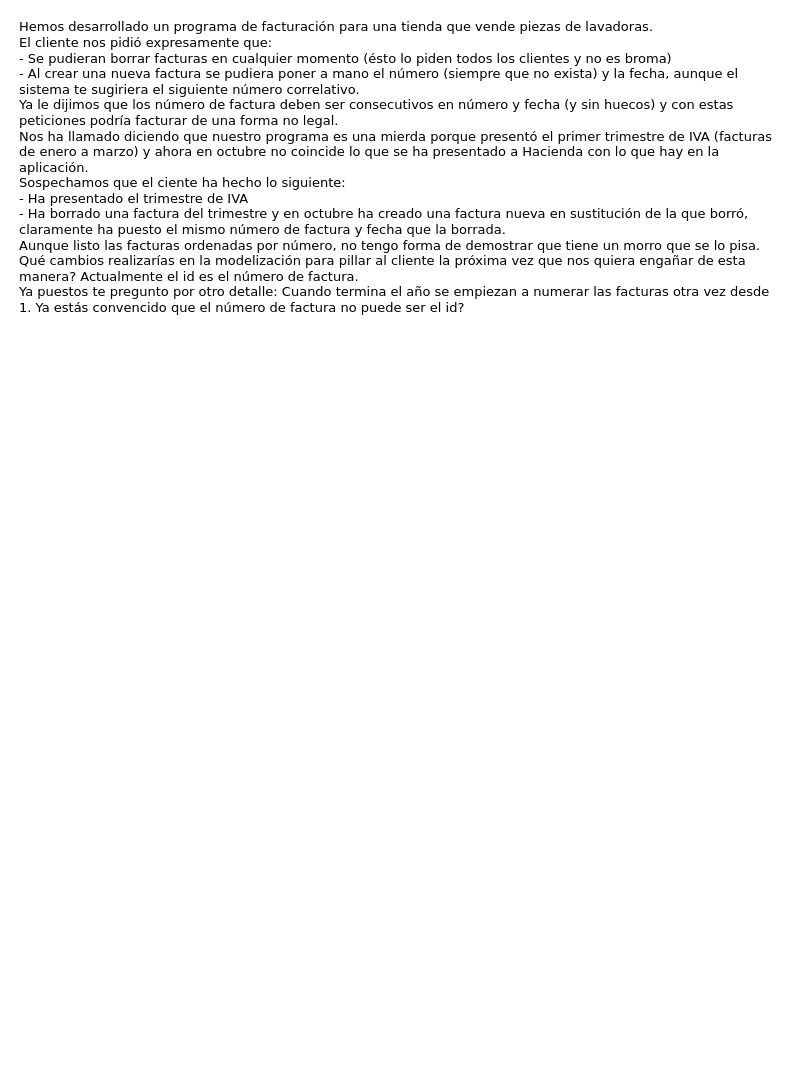
The draw.io diagram drawio/Ejer7.drawio in DiEgOfercri/Modelos-BBDD, before the edit. Source tidied: cells renumbered, new cells numbered last; positions are measured from the earlier drawing's top-left corner, leaving out a move shared by most shapes. Both pictures are drawn from the tidied source at 100%, with x=0, y=0 at pixel (17, 17).
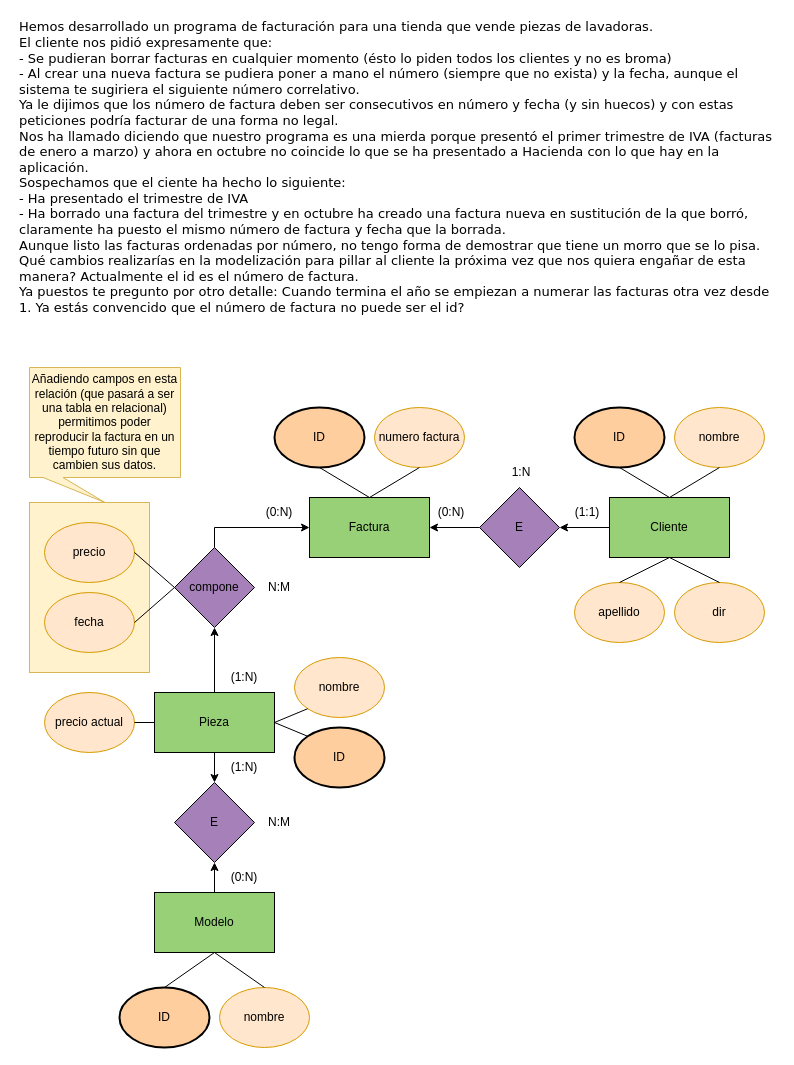
After the change.

Change to the diagram source:
```diff
@@
+    <mxCell id="3" style="rounded=0;whiteSpace=wrap;html=1;fillColor=#fff2cc;strokeColor=#d6b656;" parent="1" vertex="1">
+      <mxGeometry x="12" y="485" width="120" height="170" as="geometry" />
+    </mxCell>
@@
+    <mxCell id="4" value="Factura" style="rounded=0;whiteSpace=wrap;html=1;fillColor=#97D077;" parent="1" vertex="1">
+      <mxGeometry x="292" y="480" width="120" height="60" as="geometry" />
+    </mxCell>
+    <mxCell id="5" style="edgeStyle=orthogonalEdgeStyle;rounded=0;jettySize=auto;html=1;exitX=0;exitY=0.5;exitDx=0;exitDy=0;entryX=1;entryY=0.5;entryDx=0;entryDy=0;" parent="1" edge="1" source="6" target="15">
+      <mxGeometry relative="1" as="geometry" />
+    </mxCell>
+    <mxCell id="6" value="Cliente" style="rounded=0;whiteSpace=wrap;html=1;fillColor=#97D077;" parent="1" vertex="1">
+      <mxGeometry x="592" y="480" width="120" height="60" as="geometry" />
+    </mxCell>
+    <mxCell id="7" style="edgeStyle=orthogonalEdgeStyle;rounded=0;jettySize=auto;html=1;exitX=0.5;exitY=0;exitDx=0;exitDy=0;entryX=0.5;entryY=1;entryDx=0;entryDy=0;" parent="1" edge="1" source="9" target="13">
+      <mxGeometry relative="1" as="geometry" />
+    </mxCell>
+    <mxCell id="8" style="edgeStyle=orthogonalEdgeStyle;rounded=0;jettySize=auto;html=1;exitX=0.5;exitY=1;exitDx=0;exitDy=0;entryX=0.5;entryY=0;entryDx=0;entryDy=0;" parent="1" edge="1" source="9" target="16">
+      <mxGeometry relative="1" as="geometry" />
+    </mxCell>
+    <mxCell id="9" value="Pieza" style="rounded=0;whiteSpace=wrap;html=1;fillColor=#97D077;" parent="1" vertex="1">
+      <mxGeometry x="137" y="675" width="120" height="60" as="geometry" />
+    </mxCell>
+    <mxCell id="10" style="edgeStyle=orthogonalEdgeStyle;rounded=0;jettySize=auto;html=1;exitX=0.5;exitY=0;exitDx=0;exitDy=0;entryX=0.5;entryY=1;entryDx=0;entryDy=0;" parent="1" edge="1" source="11" target="16">
+      <mxGeometry relative="1" as="geometry" />
+    </mxCell>
+    <mxCell id="11" value="Modelo" style="rounded=0;whiteSpace=wrap;html=1;fillColor=#97D077;" parent="1" vertex="1">
+      <mxGeometry x="137" y="875" width="120" height="60" as="geometry" />
+    </mxCell>
+    <mxCell id="12" style="edgeStyle=orthogonalEdgeStyle;rounded=0;jettySize=auto;html=1;exitX=0.5;exitY=0;exitDx=0;exitDy=0;entryX=0;entryY=0.5;entryDx=0;entryDy=0;" parent="1" edge="1" source="13" target="4">
+      <mxGeometry relative="1" as="geometry" />
+    </mxCell>
+    <mxCell id="13" value="compone" style="rhombus;whiteSpace=wrap;html=1;fillColor=#A680B8;" parent="1" vertex="1">
+      <mxGeometry x="157" y="530" width="80" height="80" as="geometry" />
+    </mxCell>
+    <mxCell id="14" style="edgeStyle=orthogonalEdgeStyle;rounded=0;jettySize=auto;html=1;exitX=0;exitY=0.5;exitDx=0;exitDy=0;entryX=1;entryY=0.5;entryDx=0;entryDy=0;" parent="1" edge="1" source="15" target="4">
+      <mxGeometry relative="1" as="geometry" />
+    </mxCell>
+    <mxCell id="15" value="E" style="rhombus;whiteSpace=wrap;html=1;fillColor=#A680B8;" parent="1" vertex="1">
+      <mxGeometry x="462" y="470" width="80" height="80" as="geometry" />
+    </mxCell>
+    <mxCell id="16" value="E" style="rhombus;whiteSpace=wrap;html=1;fillColor=#A680B8;" parent="1" vertex="1">
+      <mxGeometry x="157" y="765" width="80" height="80" as="geometry" />
+    </mxCell>
+    <mxCell id="17" value="ID" style="ellipse;whiteSpace=wrap;html=1;strokeWidth=2;fillColor=#FFCE9F;" parent="1" vertex="1">
+      <mxGeometry x="277" y="710" width="90" height="60" as="geometry" />
+    </mxCell>
+    <mxCell id="18" value="nombre" style="ellipse;whiteSpace=wrap;html=1;fillColor=#ffe6cc;strokeColor=#d79b00;" parent="1" vertex="1">
+      <mxGeometry x="277" y="640" width="90" height="60" as="geometry" />
+    </mxCell>
+    <mxCell id="19" value="ID" style="ellipse;whiteSpace=wrap;html=1;strokeWidth=2;fillColor=#FFCE9F;" parent="1" vertex="1">
+      <mxGeometry x="102" y="970" width="90" height="60" as="geometry" />
+    </mxCell>
+    <mxCell id="20" value="nombre" style="ellipse;whiteSpace=wrap;html=1;fillColor=#ffe6cc;strokeColor=#d79b00;" parent="1" vertex="1">
+      <mxGeometry x="202" y="970" width="90" height="60" as="geometry" />
+    </mxCell>
+    <mxCell id="21" value="ID" style="ellipse;whiteSpace=wrap;html=1;strokeWidth=2;fillColor=#FFCE9F;" parent="1" vertex="1">
+      <mxGeometry x="257" y="390" width="90" height="60" as="geometry" />
+    </mxCell>
+    <mxCell id="22" value="numero factura" style="ellipse;whiteSpace=wrap;html=1;fillColor=#ffe6cc;strokeColor=#d79b00;" parent="1" vertex="1">
+      <mxGeometry x="357" y="390" width="90" height="60" as="geometry" />
+    </mxCell>
+    <mxCell id="23" value="fecha" style="ellipse;whiteSpace=wrap;html=1;fillColor=#ffe6cc;strokeColor=#d79b00;" parent="1" vertex="1">
+      <mxGeometry x="27" y="575" width="90" height="60" as="geometry" />
+    </mxCell>
+    <mxCell id="24" value="ID" style="ellipse;whiteSpace=wrap;html=1;strokeWidth=2;fillColor=#FFCE9F;" parent="1" vertex="1">
+      <mxGeometry x="557" y="390" width="90" height="60" as="geometry" />
+    </mxCell>
+    <mxCell id="25" value="nombre" style="ellipse;whiteSpace=wrap;html=1;fillColor=#ffe6cc;strokeColor=#d79b00;" parent="1" vertex="1">
+      <mxGeometry x="657" y="390" width="90" height="60" as="geometry" />
+    </mxCell>
+    <mxCell id="26" value="apellido" style="ellipse;whiteSpace=wrap;html=1;fillColor=#ffe6cc;strokeColor=#d79b00;" parent="1" vertex="1">
+      <mxGeometry x="557" y="565" width="90" height="60" as="geometry" />
+    </mxCell>
+    <mxCell id="27" value="dir" style="ellipse;whiteSpace=wrap;html=1;fillColor=#ffe6cc;strokeColor=#d79b00;" parent="1" vertex="1">
+      <mxGeometry x="657" y="565" width="90" height="60" as="geometry" />
+    </mxCell>
+    <mxCell id="28" value="(0:N)" style="text;html=1;strokeColor=none;fillColor=none;align=center;verticalAlign=middle;whiteSpace=wrap;rounded=0;" parent="1" vertex="1">
+      <mxGeometry x="197" y="845" width="60" height="30" as="geometry" />
+    </mxCell>
+    <mxCell id="29" value="(1:N)" style="text;html=1;strokeColor=none;fillColor=none;align=center;verticalAlign=middle;whiteSpace=wrap;rounded=0;" parent="1" vertex="1">
+      <mxGeometry x="197" y="735" width="60" height="30" as="geometry" />
+    </mxCell>
+    <mxCell id="30" value="N:M" style="text;html=1;strokeColor=none;fillColor=none;align=center;verticalAlign=middle;whiteSpace=wrap;rounded=0;" parent="1" vertex="1">
+      <mxGeometry x="232" y="790" width="60" height="30" as="geometry" />
+    </mxCell>
+    <mxCell id="31" value="(1:1)" style="text;html=1;strokeColor=none;fillColor=none;align=center;verticalAlign=middle;whiteSpace=wrap;rounded=0;" parent="1" vertex="1">
+      <mxGeometry x="540" y="480" width="60" height="30" as="geometry" />
+    </mxCell>
+    <mxCell id="32" value="(0:N)" style="text;html=1;strokeColor=none;fillColor=none;align=center;verticalAlign=middle;whiteSpace=wrap;rounded=0;" parent="1" vertex="1">
+      <mxGeometry x="404" y="480" width="60" height="30" as="geometry" />
+    </mxCell>
+    <mxCell id="33" value="1:N" style="text;html=1;strokeColor=none;fillColor=none;align=center;verticalAlign=middle;whiteSpace=wrap;rounded=0;" parent="1" vertex="1">
+      <mxGeometry x="474" y="440" width="60" height="30" as="geometry" />
+    </mxCell>
+    <mxCell id="34" value="precio actual" style="ellipse;whiteSpace=wrap;html=1;fillColor=#ffe6cc;strokeColor=#d79b00;" parent="1" vertex="1">
+      <mxGeometry x="27" y="675" width="90" height="60" as="geometry" />
+    </mxCell>
+    <mxCell id="35" value="precio" style="ellipse;whiteSpace=wrap;html=1;fillColor=#ffe6cc;strokeColor=#d79b00;" parent="1" vertex="1">
+      <mxGeometry x="27" y="505" width="90" height="60" as="geometry" />
+    </mxCell>
+    <mxCell id="36" style="endArrow=none;html=1;rounded=0;entryX=0;entryY=0.5;entryDx=0;entryDy=0;exitX=1;exitY=0.5;exitDx=0;exitDy=0;" parent="1" edge="1" source="35" target="13">
+      <mxGeometry relative="1" as="geometry" />
+    </mxCell>
+    <mxCell id="37" style="endArrow=none;html=1;rounded=0;entryX=0;entryY=0.5;entryDx=0;entryDy=0;exitX=1;exitY=0.5;exitDx=0;exitDy=0;" parent="1" edge="1" source="23" target="13">
+      <mxGeometry relative="1" as="geometry" />
+    </mxCell>
+    <mxCell id="38" style="endArrow=none;html=1;rounded=0;entryX=0;entryY=1;entryDx=0;entryDy=0;exitX=1;exitY=0.5;exitDx=0;exitDy=0;" parent="1" edge="1" source="9" target="18">
+      <mxGeometry relative="1" as="geometry" />
+    </mxCell>
+    <mxCell id="39" style="endArrow=none;html=1;rounded=0;entryX=0;entryY=0;entryDx=0;entryDy=0;exitX=1;exitY=0.5;exitDx=0;exitDy=0;" parent="1" edge="1" source="9" target="17">
+      <mxGeometry relative="1" as="geometry" />
+    </mxCell>
+    <mxCell id="40" style="endArrow=none;html=1;rounded=0;entryX=0;entryY=0.5;entryDx=0;entryDy=0;exitX=1;exitY=0.5;exitDx=0;exitDy=0;" parent="1" edge="1" source="34" target="9">
+      <mxGeometry relative="1" as="geometry" />
+    </mxCell>
+    <mxCell id="41" style="endArrow=none;html=1;rounded=0;entryX=0.5;entryY=1;entryDx=0;entryDy=0;exitX=0.5;exitY=0;exitDx=0;exitDy=0;" parent="1" edge="1" source="20" target="11">
+      <mxGeometry relative="1" as="geometry" />
+    </mxCell>
+    <mxCell id="42" style="endArrow=none;html=1;rounded=0;entryX=0.5;entryY=1;entryDx=0;entryDy=0;exitX=0.5;exitY=0;exitDx=0;exitDy=0;" parent="1" edge="1" source="19" target="11">
+      <mxGeometry relative="1" as="geometry" />
+    </mxCell>
+    <mxCell id="43" style="endArrow=none;html=1;rounded=0;entryX=0.5;entryY=0;entryDx=0;entryDy=0;exitX=0.5;exitY=1;exitDx=0;exitDy=0;" parent="1" edge="1" source="22" target="4">
+      <mxGeometry relative="1" as="geometry" />
+    </mxCell>
+    <mxCell id="44" style="endArrow=none;html=1;rounded=0;entryX=0.5;entryY=0;entryDx=0;entryDy=0;exitX=0.5;exitY=1;exitDx=0;exitDy=0;" parent="1" edge="1" source="21" target="4">
+      <mxGeometry relative="1" as="geometry" />
+    </mxCell>
+    <mxCell id="45" style="endArrow=none;html=1;rounded=0;entryX=0.5;entryY=1;entryDx=0;entryDy=0;exitX=0.5;exitY=0;exitDx=0;exitDy=0;" parent="1" edge="1" source="26" target="6">
+      <mxGeometry relative="1" as="geometry" />
+    </mxCell>
+    <mxCell id="46" style="endArrow=none;html=1;rounded=0;entryX=0.5;entryY=1;entryDx=0;entryDy=0;exitX=0.5;exitY=0;exitDx=0;exitDy=0;" parent="1" edge="1" source="27" target="6">
+      <mxGeometry relative="1" as="geometry" />
+    </mxCell>
+    <mxCell id="47" style="endArrow=none;html=1;rounded=0;entryX=0.5;entryY=0;entryDx=0;entryDy=0;exitX=0.5;exitY=1;exitDx=0;exitDy=0;" parent="1" edge="1" source="24" target="6">
+      <mxGeometry relative="1" as="geometry" />
+    </mxCell>
+    <mxCell id="48" style="endArrow=none;html=1;rounded=0;entryX=0.5;entryY=0;entryDx=0;entryDy=0;exitX=0.5;exitY=1;exitDx=0;exitDy=0;" parent="1" edge="1" source="25" target="6">
+      <mxGeometry relative="1" as="geometry" />
+    </mxCell>
+    <mxCell id="49" value="Añadiendo campos en esta relación (que pasará a ser una tabla en relacional) permitimos poder reproducir la factura en un tiempo futuro sin que cambien sus datos." style="shape=callout;whiteSpace=wrap;html=1;perimeter=calloutPerimeter;size=25;position=0.09;fillColor=#fff2cc;strokeColor=#d6b656;" parent="1" vertex="1">
+      <mxGeometry x="12" y="350" width="151" height="135" as="geometry" />
+    </mxCell>
+    <mxCell id="50" value="(0:N)" style="text;html=1;strokeColor=none;fillColor=none;align=center;verticalAlign=middle;whiteSpace=wrap;rounded=0;" parent="1" vertex="1">
+      <mxGeometry x="232" y="480" width="60" height="30" as="geometry" />
+    </mxCell>
+    <mxCell id="51" value="(1:N)" style="text;html=1;strokeColor=none;fillColor=none;align=center;verticalAlign=middle;whiteSpace=wrap;rounded=0;" parent="1" vertex="1">
+      <mxGeometry x="197" y="645" width="60" height="30" as="geometry" />
+    </mxCell>
+    <mxCell id="52" value="N:M" style="text;html=1;strokeColor=none;fillColor=none;align=center;verticalAlign=middle;whiteSpace=wrap;rounded=0;" parent="1" vertex="1">
+      <mxGeometry x="232" y="555" width="60" height="30" as="geometry" />
+    </mxCell>
```
